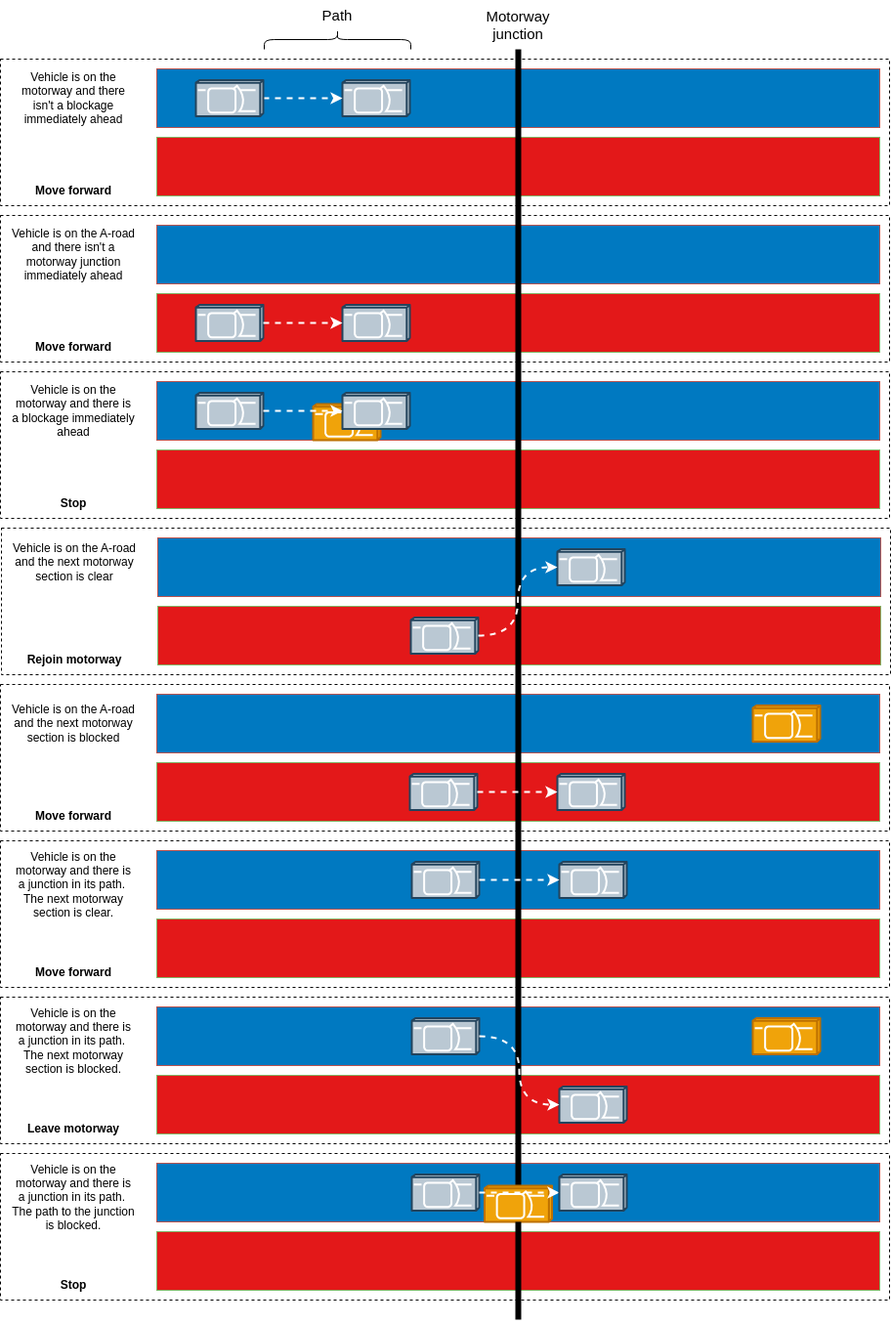
Above: C/motorway-queue/images/decisions.png in cdclaxton/learning (draw.io), before the change. Source tidied: cells renumbered, new cells last; positions are measured from the earlier drawing's top-left corner, leaving out a move shared by most shapes.
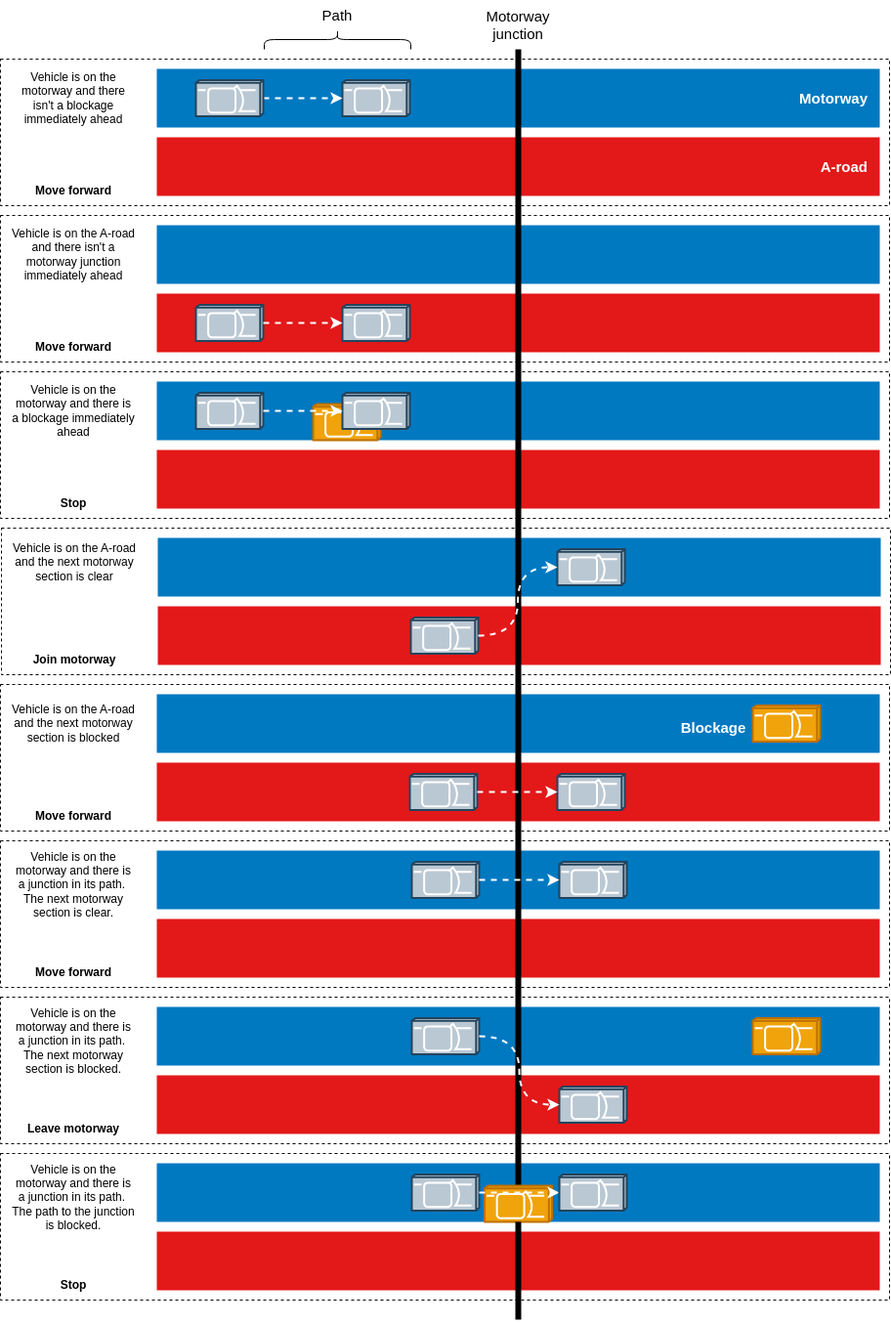
The same file after the commit.

The edit, as a diff of the source:
```diff
@@ -11,10 +11,10 @@
     <mxCell id="4" style="rounded=0;whiteSpace=wrap;html=1;fillColor=none;dashed=1;" parent="1" vertex="1">
       <mxGeometry y="95" width="910" height="150" as="geometry" />
     </mxCell>
-    <mxCell id="5" style="rounded=0;whiteSpace=wrap;html=1;fillColor=#0079c1;strokeColor=#b85450;" parent="1" vertex="1">
+    <mxCell id="5" style="rounded=0;whiteSpace=wrap;html=1;fillColor=#0079c1;strokeColor=none;" parent="1" vertex="1">
       <mxGeometry x="160" y="105" width="740" height="60" as="geometry" />
     </mxCell>
-    <mxCell id="6" style="rounded=0;whiteSpace=wrap;html=1;fillColor=#e31819;strokeColor=#82b366;" parent="1" vertex="1">
+    <mxCell id="6" style="rounded=0;whiteSpace=wrap;html=1;fillColor=#e31819;strokeColor=none;" parent="1" vertex="1">
       <mxGeometry x="160" y="175" width="740" height="60" as="geometry" />
     </mxCell>
     <mxCell id="7" value="&lt;font style=&quot;font-size: 15px;&quot;&gt;Motorway junction&lt;/font&gt;" style="text;html=1;strokeColor=none;fillColor=none;align=center;verticalAlign=middle;whiteSpace=wrap;rounded=0;" parent="1" vertex="1">
@@ -26,10 +26,10 @@
     <mxCell id="9" style="edgeStyle=orthogonalEdgeStyle;rounded=0;jettySize=auto;html=1;exitX=1;exitY=0.5;exitDx=0;exitDy=0;exitPerimeter=0;entryX=0;entryY=0.5;entryDx=0;entryDy=0;entryPerimeter=0;dashed=1;strokeColor=#FFFFFF;strokeWidth=2;" parent="1" edge="1" source="59" target="8">
       <mxGeometry relative="1" as="geometry" />
     </mxCell>
-    <mxCell id="10" style="rounded=0;whiteSpace=wrap;html=1;fillColor=#0079c1;strokeColor=#b85450;" parent="1" vertex="1">
+    <mxCell id="10" style="rounded=0;whiteSpace=wrap;html=1;fillColor=#0079c1;strokeColor=none;" parent="1" vertex="1">
       <mxGeometry x="160" y="265" width="740" height="60" as="geometry" />
     </mxCell>
-    <mxCell id="11" style="rounded=0;whiteSpace=wrap;html=1;fillColor=#e31819;strokeColor=#82b366;" parent="1" vertex="1">
+    <mxCell id="11" style="rounded=0;whiteSpace=wrap;html=1;fillColor=#e31819;strokeColor=none;" parent="1" vertex="1">
       <mxGeometry x="160" y="335" width="740" height="60" as="geometry" />
     </mxCell>
     <mxCell id="12" style="shape=mxgraph.cisco.misc.car;html=1;dashed=0;fillColor=#bac8d3;strokeColor=#23445d;strokeWidth=2;verticalLabelPosition=bottom;verticalAlign=top;align=center;outlineConnect=0;" parent="1" vertex="1">
@@ -41,10 +41,10 @@
     <mxCell id="14" style="edgeStyle=orthogonalEdgeStyle;rounded=0;jettySize=auto;html=1;exitX=1;exitY=0.5;exitDx=0;exitDy=0;exitPerimeter=0;entryX=0;entryY=0.5;entryDx=0;entryDy=0;entryPerimeter=0;dashed=1;strokeColor=#FFFFFF;strokeWidth=2;" parent="1" edge="1" source="12" target="13">
       <mxGeometry relative="1" as="geometry" />
     </mxCell>
-    <mxCell id="15" style="rounded=0;whiteSpace=wrap;html=1;fillColor=#0079c1;strokeColor=#b85450;" parent="1" vertex="1">
+    <mxCell id="15" style="rounded=0;whiteSpace=wrap;html=1;fillColor=#0079c1;strokeColor=none;" parent="1" vertex="1">
       <mxGeometry x="160" y="425" width="740" height="60" as="geometry" />
     </mxCell>
-    <mxCell id="16" style="rounded=0;whiteSpace=wrap;html=1;fillColor=#e31819;strokeColor=#82b366;" parent="1" vertex="1">
+    <mxCell id="16" style="rounded=0;whiteSpace=wrap;html=1;fillColor=#e31819;strokeColor=none;" parent="1" vertex="1">
       <mxGeometry x="160" y="495" width="740" height="60" as="geometry" />
     </mxCell>
     <mxCell id="17" style="shape=mxgraph.cisco.misc.car;html=1;dashed=0;fillColor=#bac8d3;strokeColor=#23445d;strokeWidth=2;verticalLabelPosition=bottom;verticalAlign=top;align=center;outlineConnect=0;" parent="1" vertex="1">
@@ -71,10 +71,10 @@
     <mxCell id="24" style="rounded=0;whiteSpace=wrap;html=1;fillColor=none;dashed=1;" parent="1" vertex="1">
       <mxGeometry x="1" y="575" width="910" height="150" as="geometry" />
     </mxCell>
-    <mxCell id="25" style="rounded=0;whiteSpace=wrap;html=1;fillColor=#0079c1;strokeColor=#b85450;" parent="1" vertex="1">
+    <mxCell id="25" style="rounded=0;whiteSpace=wrap;html=1;fillColor=#0079c1;strokeColor=none;" parent="1" vertex="1">
       <mxGeometry x="161" y="585" width="740" height="60" as="geometry" />
     </mxCell>
-    <mxCell id="26" style="rounded=0;whiteSpace=wrap;html=1;fillColor=#e31819;strokeColor=#82b366;" parent="1" vertex="1">
+    <mxCell id="26" style="rounded=0;whiteSpace=wrap;html=1;fillColor=#e31819;strokeColor=none;" parent="1" vertex="1">
       <mxGeometry x="161" y="655" width="740" height="60" as="geometry" />
     </mxCell>
     <mxCell id="27" style="shape=mxgraph.cisco.misc.car;html=1;dashed=0;fillColor=#bac8d3;strokeColor=#23445d;strokeWidth=2;verticalLabelPosition=bottom;verticalAlign=top;align=center;outlineConnect=0;" parent="1" vertex="1">
@@ -86,16 +86,16 @@
     <mxCell id="29" value="Vehicle is on the A-road and the next motorway section is clear" style="text;html=1;strokeColor=none;fillColor=none;align=center;verticalAlign=middle;whiteSpace=wrap;rounded=0;" parent="1" vertex="1">
       <mxGeometry x="11" y="585" width="130" height="50" as="geometry" />
     </mxCell>
-    <mxCell id="30" value="&lt;b&gt;Rejoin motorway&lt;/b&gt;" style="text;html=1;strokeColor=none;fillColor=none;align=center;verticalAlign=middle;whiteSpace=wrap;rounded=0;" parent="1" vertex="1">
+    <mxCell id="30" value="&lt;b&gt;Join motorway&lt;/b&gt;" style="text;html=1;strokeColor=none;fillColor=none;align=center;verticalAlign=middle;whiteSpace=wrap;rounded=0;" parent="1" vertex="1">
       <mxGeometry x="11" y="695" width="130" height="30" as="geometry" />
     </mxCell>
     <mxCell id="31" style="rounded=0;whiteSpace=wrap;html=1;fillColor=none;dashed=1;" parent="1" vertex="1">
       <mxGeometry y="735" width="910" height="150" as="geometry" />
     </mxCell>
-    <mxCell id="32" style="rounded=0;whiteSpace=wrap;html=1;fillColor=#0079c1;strokeColor=#b85450;" parent="1" vertex="1">
+    <mxCell id="32" style="rounded=0;whiteSpace=wrap;html=1;fillColor=#0079c1;strokeColor=none;" parent="1" vertex="1">
       <mxGeometry x="160" y="745" width="740" height="60" as="geometry" />
     </mxCell>
-    <mxCell id="33" style="rounded=0;whiteSpace=wrap;html=1;fillColor=#e31819;strokeColor=#82b366;" parent="1" vertex="1">
+    <mxCell id="33" style="rounded=0;whiteSpace=wrap;html=1;fillColor=#e31819;strokeColor=none;" parent="1" vertex="1">
       <mxGeometry x="160" y="815" width="740" height="60" as="geometry" />
     </mxCell>
     <mxCell id="34" style="shape=mxgraph.cisco.misc.car;html=1;dashed=0;fillColor=#bac8d3;strokeColor=#23445d;strokeWidth=2;verticalLabelPosition=bottom;verticalAlign=top;align=center;outlineConnect=0;" parent="1" vertex="1">
@@ -113,10 +113,10 @@
     <mxCell id="38" style="rounded=0;whiteSpace=wrap;html=1;fillColor=none;dashed=1;" parent="1" vertex="1">
       <mxGeometry y="895" width="910" height="150" as="geometry" />
     </mxCell>
-    <mxCell id="39" style="rounded=0;whiteSpace=wrap;html=1;fillColor=#0079c1;strokeColor=#b85450;" parent="1" vertex="1">
+    <mxCell id="39" style="rounded=0;whiteSpace=wrap;html=1;fillColor=#0079c1;strokeColor=none;" parent="1" vertex="1">
       <mxGeometry x="160" y="905" width="740" height="60" as="geometry" />
     </mxCell>
-    <mxCell id="40" style="rounded=0;whiteSpace=wrap;html=1;fillColor=#e31819;strokeColor=#82b366;" parent="1" vertex="1">
+    <mxCell id="40" style="rounded=0;whiteSpace=wrap;html=1;fillColor=#e31819;strokeColor=none;" parent="1" vertex="1">
       <mxGeometry x="160" y="975" width="740" height="60" as="geometry" />
     </mxCell>
     <mxCell id="41" style="shape=mxgraph.cisco.misc.car;html=1;dashed=0;fillColor=#bac8d3;strokeColor=#23445d;strokeWidth=2;verticalLabelPosition=bottom;verticalAlign=top;align=center;outlineConnect=0;" parent="1" vertex="1">
@@ -134,10 +134,10 @@
     <mxCell id="45" style="rounded=0;whiteSpace=wrap;html=1;fillColor=none;dashed=1;" parent="1" vertex="1">
       <mxGeometry y="1055" width="910" height="150" as="geometry" />
     </mxCell>
-    <mxCell id="46" style="rounded=0;whiteSpace=wrap;html=1;fillColor=#0079c1;strokeColor=#b85450;" parent="1" vertex="1">
+    <mxCell id="46" style="rounded=0;whiteSpace=wrap;html=1;fillColor=#0079c1;strokeColor=none;" parent="1" vertex="1">
       <mxGeometry x="160" y="1065" width="740" height="60" as="geometry" />
     </mxCell>
-    <mxCell id="47" style="rounded=0;whiteSpace=wrap;html=1;fillColor=#e31819;strokeColor=#82b366;" parent="1" vertex="1">
+    <mxCell id="47" style="rounded=0;whiteSpace=wrap;html=1;fillColor=#e31819;strokeColor=none;" parent="1" vertex="1">
       <mxGeometry x="160" y="1135" width="740" height="60" as="geometry" />
     </mxCell>
     <mxCell id="48" style="shape=mxgraph.cisco.misc.car;html=1;dashed=0;fillColor=#bac8d3;strokeColor=#23445d;strokeWidth=2;verticalLabelPosition=bottom;verticalAlign=top;align=center;outlineConnect=0;" parent="1" vertex="1">
@@ -155,10 +155,10 @@
     <mxCell id="52" style="rounded=0;whiteSpace=wrap;html=1;fillColor=none;dashed=1;" parent="1" vertex="1">
       <mxGeometry y="1215" width="910" height="150" as="geometry" />
     </mxCell>
-    <mxCell id="53" style="rounded=0;whiteSpace=wrap;html=1;fillColor=#0079c1;strokeColor=#b85450;" parent="1" vertex="1">
+    <mxCell id="53" style="rounded=0;whiteSpace=wrap;html=1;fillColor=#0079c1;strokeColor=none;" parent="1" vertex="1">
       <mxGeometry x="160" y="1225" width="740" height="60" as="geometry" />
     </mxCell>
-    <mxCell id="54" style="rounded=0;whiteSpace=wrap;html=1;fillColor=#e31819;strokeColor=#82b366;" parent="1" vertex="1">
+    <mxCell id="54" style="rounded=0;whiteSpace=wrap;html=1;fillColor=#e31819;strokeColor=none;" parent="1" vertex="1">
       <mxGeometry x="160" y="1295" width="740" height="60" as="geometry" />
     </mxCell>
     <mxCell id="55" style="shape=mxgraph.cisco.misc.car;html=1;dashed=0;fillColor=#bac8d3;strokeColor=#23445d;strokeWidth=2;verticalLabelPosition=bottom;verticalAlign=top;align=center;outlineConnect=0;" parent="1" vertex="1">
@@ -225,5 +225,14 @@
         <mxPoint x="530" y="1385" as="sourcePoint" />
       </mxGeometry>
     </mxCell>
+    <mxCell id="75" value="&lt;font color=&quot;#ffffff&quot; style=&quot;font-size: 15px;&quot;&gt;&lt;b&gt;Motorway&lt;/b&gt;&lt;/font&gt;" style="text;html=1;align=right;verticalAlign=middle;whiteSpace=wrap;rounded=0;" parent="1" vertex="1">
+      <mxGeometry x="810" y="120" width="80" height="30" as="geometry" />
+    </mxCell>
+    <mxCell id="76" value="&lt;font color=&quot;#ffffff&quot; style=&quot;font-size: 15px;&quot;&gt;&lt;b&gt;A-road&lt;/b&gt;&lt;/font&gt;" style="text;html=1;align=right;verticalAlign=middle;whiteSpace=wrap;rounded=0;" parent="1" vertex="1">
+      <mxGeometry x="810" y="190" width="80" height="30" as="geometry" />
+    </mxCell>
+    <mxCell id="77" value="&lt;font color=&quot;#ffffff&quot;&gt;&lt;span style=&quot;font-size: 15px;&quot;&gt;&lt;b&gt;Blockage&lt;/b&gt;&lt;/span&gt;&lt;/font&gt;" style="text;html=1;align=center;verticalAlign=middle;whiteSpace=wrap;rounded=0;" parent="1" vertex="1">
+      <mxGeometry x="690" y="763.5" width="80" height="30" as="geometry" />
+    </mxCell>
   </root>
 </mxGraphModel>
```
